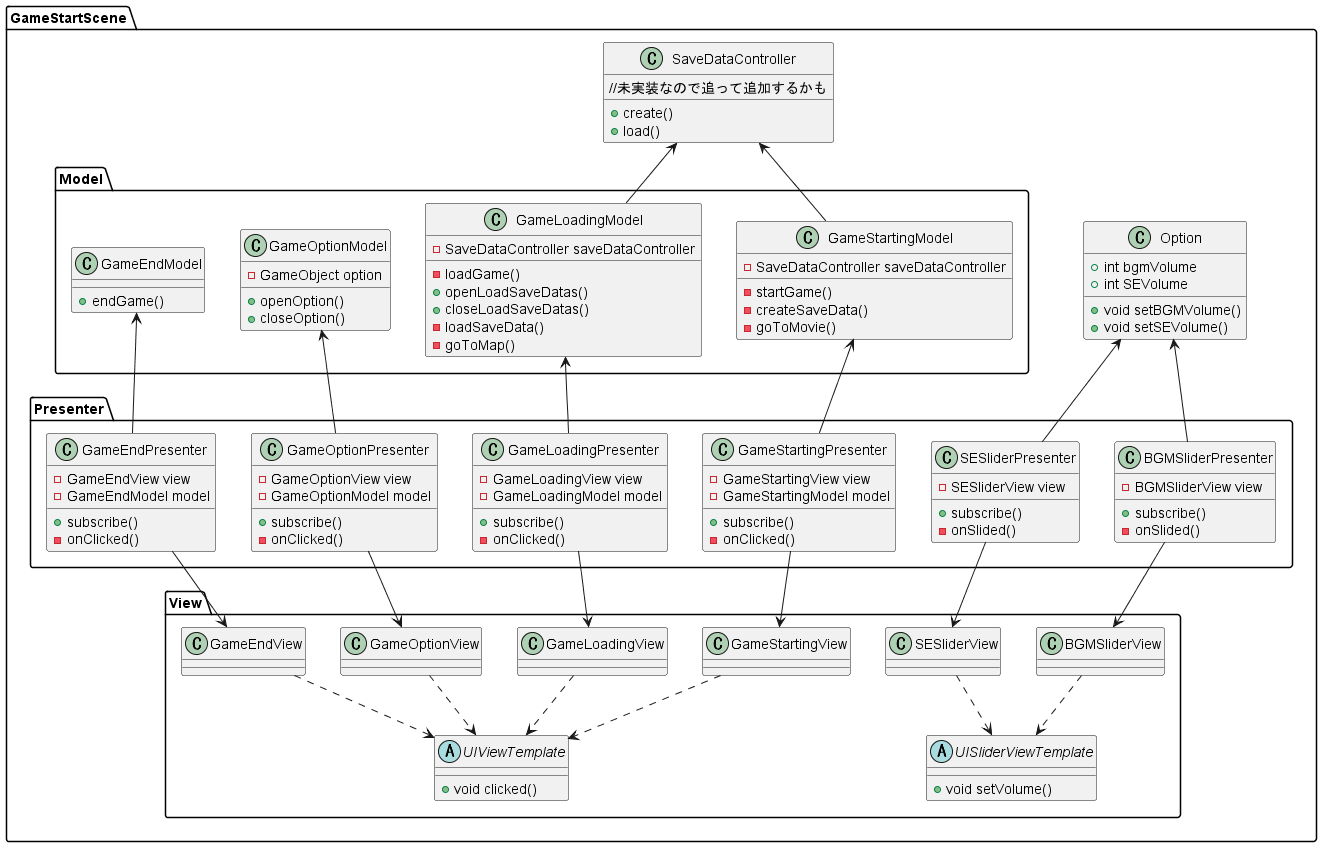
44yyp9/Slow-dancer keeps this PlantUML diagram as Assets/ScripArchitecture/StartSceneScriptArchitecture/StartSceneScriptArchitecture.png. Above is the earlier version. Its diagram source:
```plantuml
@startuml StartSceneScriptArchitecture
namespace GameStartScene{
    namespace View{
        abstract class UIViewTemplate{
            +void clicked()
        }
        abstract class UISliderViewTemplate{
            +void setVolume()
        }
        class GameStartingView{
        }
        class GameLoadingView{
        }
        class GameOptionView{
        }
        class BGMSliderView{
        }
        class SESliderView{
        }
        class GameEndView{
        }
        GameStartingView .down.> UIViewTemplate
        GameLoadingView .down.> UIViewTemplate
        GameOptionView .down.> UIViewTemplate
        GameEndView .down.> UIViewTemplate
        BGMSliderView .down.> UISliderViewTemplate
        SESliderView .down.> UISliderViewTemplate
    }
    namespace Presenter{
        class GameStartingPresenter{
            -GameStartingView view
            -GameStartingModel model
            +subscribe()
            -onClicked()
        }
        class GameLoadingPresenter{
            -GameLoadingView view
            -GameLoadingModel model
            +subscribe()
            -onClicked()
        }
        class GameOptionPresenter{
            -GameOptionView view
            -GameOptionModel model
            +subscribe()
            -onClicked()
        }
        class BGMSliderPresenter{
            -BGMSliderView view
            +subscribe()
            -onSlided()
        }
        class SESliderPresenter{
            -SESliderView view
            +subscribe()
            -onSlided()
        }
        class GameEndPresenter{
            -GameEndView view
            -GameEndModel model
            +subscribe()
            -onClicked()
        }
    }
    namespace Model{
        class GameStartingModel{
            -SaveDataController saveDataController
            -startGame()
            -createSaveData()
            -goToMovie()
        }
        class GameLoadingModel{
            -SaveDataController saveDataController
            -loadGame()
            +openLoadSaveDatas()
            +closeLoadSaveDatas()
            -loadSaveData()
            -goToMap()
        }
        class GameOptionModel{
            -GameObject option
            +openOption()
            +closeOption()
        }
        class GameEndModel{
            +endGame()
        }
    }
    class SaveDataController{
        //未実装なので追って追加するかも
        +create()
        +load()
    }
    static class Option{
        +int bgmVolume
        +int SEVolume
        +void setBGMVolume()
        +void setSEVolume()
    }
    GameStartingModel -up-> SaveDataController
    GameLoadingModel -up-> SaveDataController
    GameStartingPresenter -up-> GameStartingModel
    GameStartingPresenter -down-> GameStartingView
    GameLoadingPresenter -up-> GameLoadingModel
    GameLoadingPresenter -down-> GameLoadingView
    GameOptionPresenter -up-> GameOptionModel
    GameOptionPresenter -down-> GameOptionView
    BGMSliderPresenter -down-> BGMSliderView
    SESliderPresenter -down-> SESliderView
    GameEndPresenter -up-> GameEndModel
    GameEndPresenter -down-> GameEndView
    SESliderPresenter -up-> Option
    BGMSliderPresenter -up-> Option
}


@enduml
```
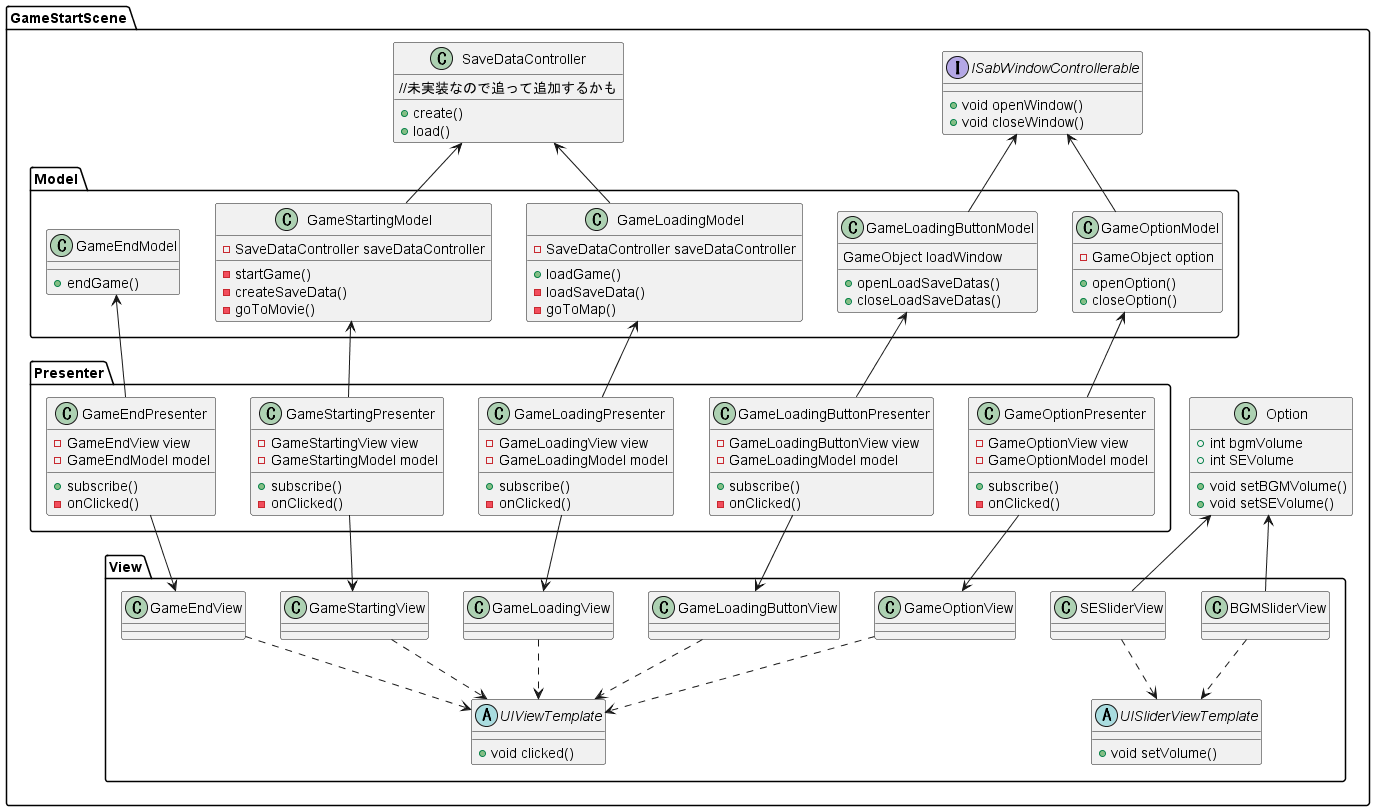
The same file after the commit.

Diff of the diagram source:
```diff
@@ -9,9 +9,11 @@
         }
         class GameStartingView{
         }
-        class GameLoadingView{
+        class GameLoadingButtonView{
         }
         class GameOptionView{
+        }
+        class GameLoadingView{
         }
         class BGMSliderView{
         }
@@ -20,6 +22,7 @@
         class GameEndView{
         }
         GameStartingView .down.> UIViewTemplate
+        GameLoadingButtonView .down.> UIViewTemplate
         GameLoadingView .down.> UIViewTemplate
         GameOptionView .down.> UIViewTemplate
         GameEndView .down.> UIViewTemplate
@@ -30,6 +33,12 @@
         class GameStartingPresenter{
             -GameStartingView view
             -GameStartingModel model
+            +subscribe()
+            -onClicked()
+        }
+        class GameLoadingButtonPresenter{
+            -GameLoadingButtonView view
+            -GameLoadingModel model
             +subscribe()
             -onClicked()
         }
@@ -45,16 +54,6 @@
             +subscribe()
             -onClicked()
         }
-        class BGMSliderPresenter{
-            -BGMSliderView view
-            +subscribe()
-            -onSlided()
-        }
-        class SESliderPresenter{
-            -SESliderView view
-            +subscribe()
-            -onSlided()
-        }
         class GameEndPresenter{
             -GameEndView view
             -GameEndModel model
@@ -69,11 +68,14 @@
             -createSaveData()
             -goToMovie()
         }
+        class GameLoadingButtonModel{
+            GameObject loadWindow
+            +openLoadSaveDatas()
+            +closeLoadSaveDatas()
+        }
         class GameLoadingModel{
             -SaveDataController saveDataController
-            -loadGame()
-            +openLoadSaveDatas()
-            +closeLoadSaveDatas()
+            +loadGame()
             -loadSaveData()
             -goToMap()
         }
@@ -97,20 +99,26 @@
         +void setBGMVolume()
         +void setSEVolume()
     }
+    interface ISabWindowControllerable{
+        +void openWindow()
+        +void closeWindow()
+    }
     GameStartingModel -up-> SaveDataController
     GameLoadingModel -up-> SaveDataController
     GameStartingPresenter -up-> GameStartingModel
     GameStartingPresenter -down-> GameStartingView
+    GameLoadingButtonPresenter -up-> GameLoadingButtonModel
+    GameLoadingButtonPresenter -down-> GameLoadingButtonView
     GameLoadingPresenter -up-> GameLoadingModel
     GameLoadingPresenter -down-> GameLoadingView
     GameOptionPresenter -up-> GameOptionModel
     GameOptionPresenter -down-> GameOptionView
-    BGMSliderPresenter -down-> BGMSliderView
-    SESliderPresenter -down-> SESliderView
     GameEndPresenter -up-> GameEndModel
     GameEndPresenter -down-> GameEndView
-    SESliderPresenter -up-> Option
-    BGMSliderPresenter -up-> Option
+    SESliderView -up-> Option
+    BGMSliderView -up-> Option
+    GameOptionModel -up-> ISabWindowControllerable
+    GameLoadingButtonModel -up-> ISabWindowControllerable
 }
 
 
```
